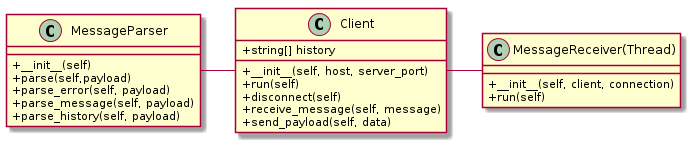
This is client_class.png from sindrehan/TTM4100-Project, a PlantUML export, as it was before one commit.
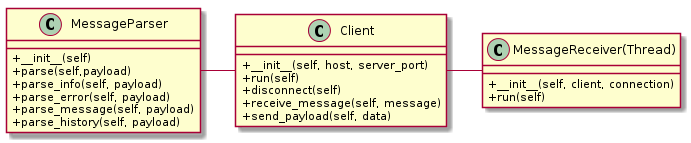
The same diagram one commit later.

Commit message:
Update diagrams and minor code clean up

Change to the diagram source:
```diff
@@ -2,7 +2,6 @@
 skinparam classAttributeIconSize 0
 
 class Client{
-+string[] history
 +__init__(self, host, server_port)
 +run(self)
 +disconnect(self)
@@ -13,6 +12,7 @@
 class MessageParser{
 +__init__(self)
 +parse(self,payload)
++parse_info(self, payload)
 +parse_error(self, payload)
 +parse_message(self, payload)
 +parse_history(self, payload)
```
